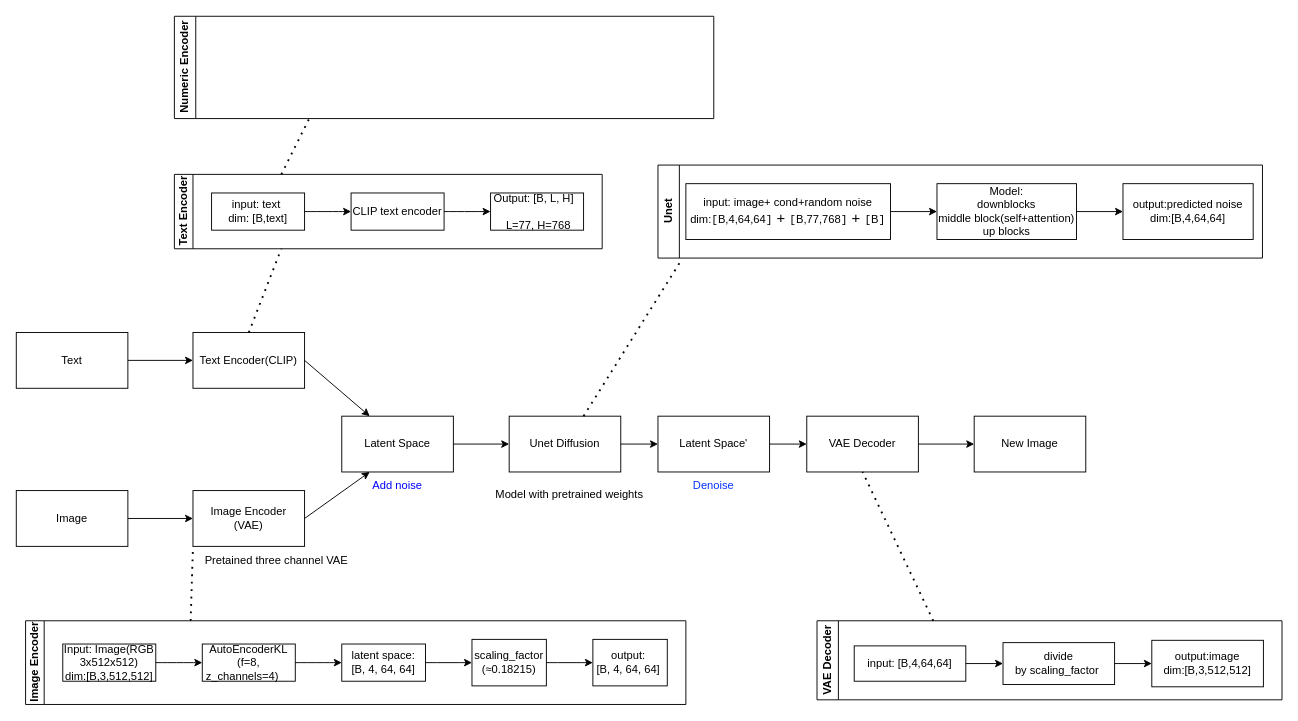
Earlier version of the draw.io diagram original model structure.drawio (wendyww0330/-). Source tidied: cells renumbered, new cells numbered last; positions are measured from the earlier drawing's top-left corner, leaving out a move shared by most shapes. Both pictures are drawn from the tidied source at 93%, with x=0, y=0 at pixel (16, 16).
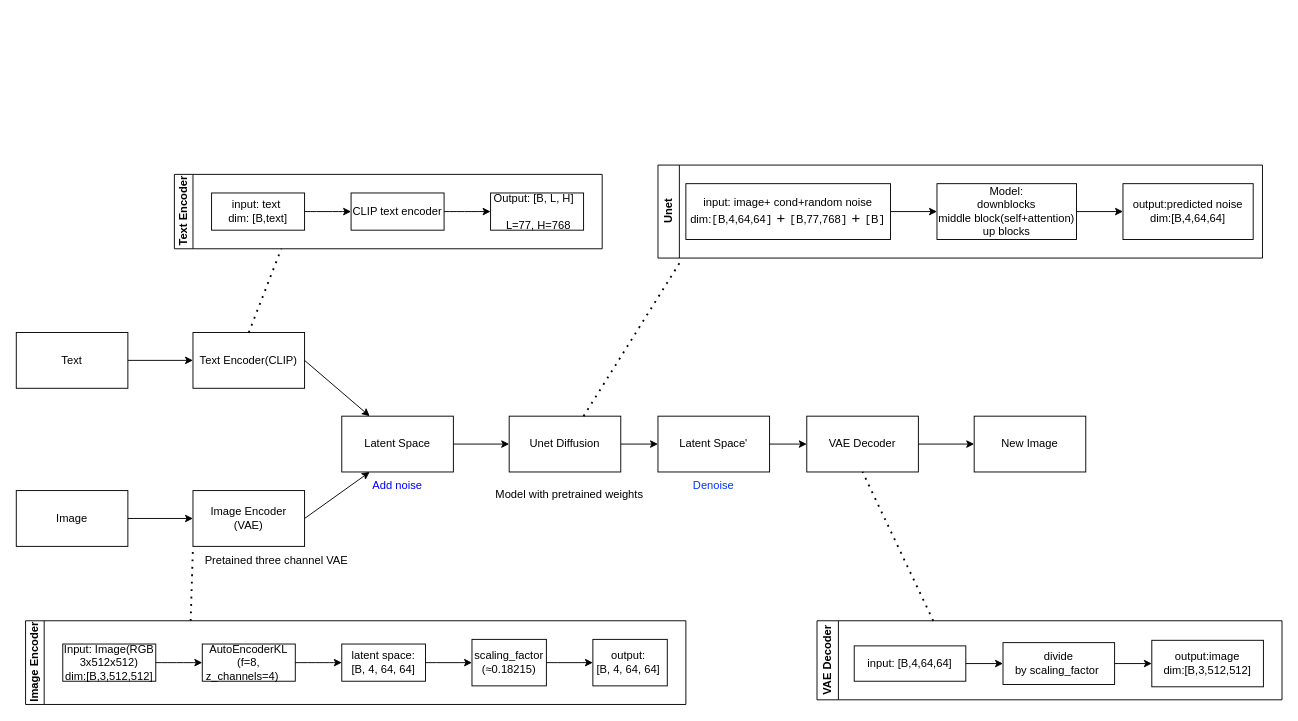
The same page after the edit.

The change refers to these unchanged cells:
```xml
<mxCell id="23" value="Text Encoder" style="swimlane;html=1;startSize=20;horizontal=0;flowOrientation=west;interRankCellSpacing=50;containerType=tree;fontSize=12;" parent="1" vertex="1">
  <mxGeometry x="170" y="170" width="460" height="80" as="geometry" />
</mxCell>
```

What changed in the source:
```diff
@@
-    <mxCell id="46" style="endArrow=none;dashed=1;html=1;dashPattern=1 3;strokeWidth=2;rounded=0;exitX=0.25;exitY=0;exitDx=0;exitDy=0;entryX=0.25;entryY=1;entryDx=0;entryDy=0;" parent="1" edge="1" source="23" target="47">
-      <mxGeometry relative="1" as="geometry" />
-    </mxCell>
-    <mxCell id="47" value="Numeric Encoder" style="swimlane;horizontal=0;whiteSpace=wrap;html=1;" parent="1" vertex="1">
-      <mxGeometry x="170" width="580" height="110" as="geometry" />
-    </mxCell>
```
